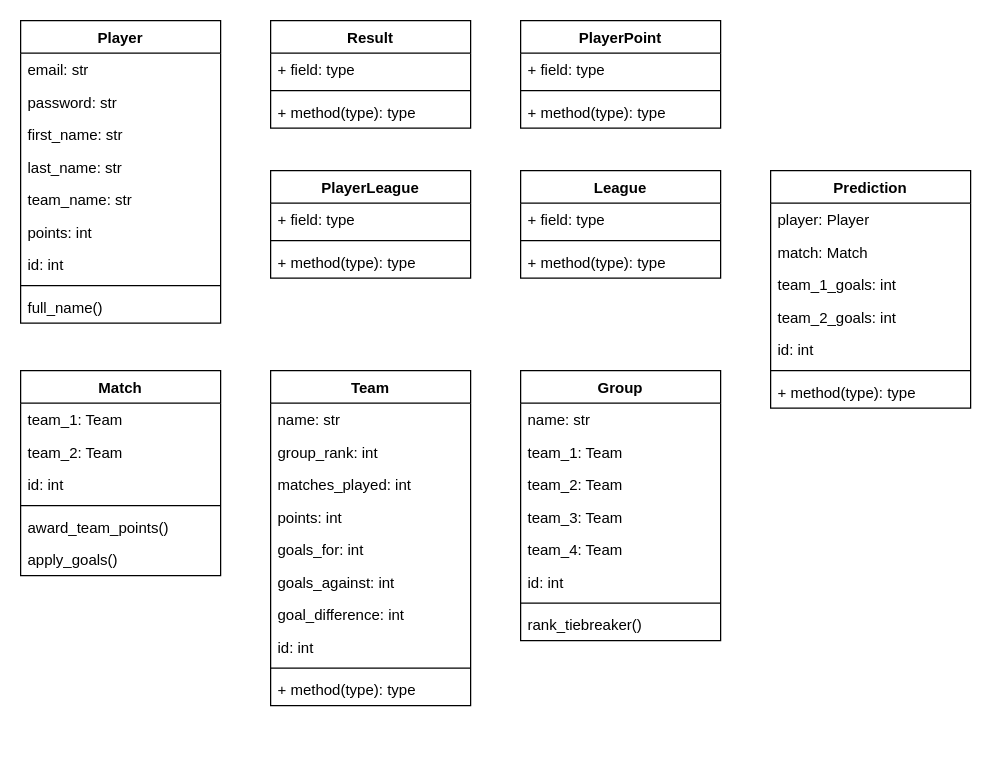
Stanhoucke/euros_predictor keeps this draw.io diagram as planning/class_diagram.drawio. Above is the earlier version. Source tidied: cells renumbered, new cells numbered last; positions are measured from the earlier drawing's top-left corner, leaving out a move shared by most shapes. Both pictures are drawn from the tidied source at 125%, with x=0, y=0 at pixel (20, 20).
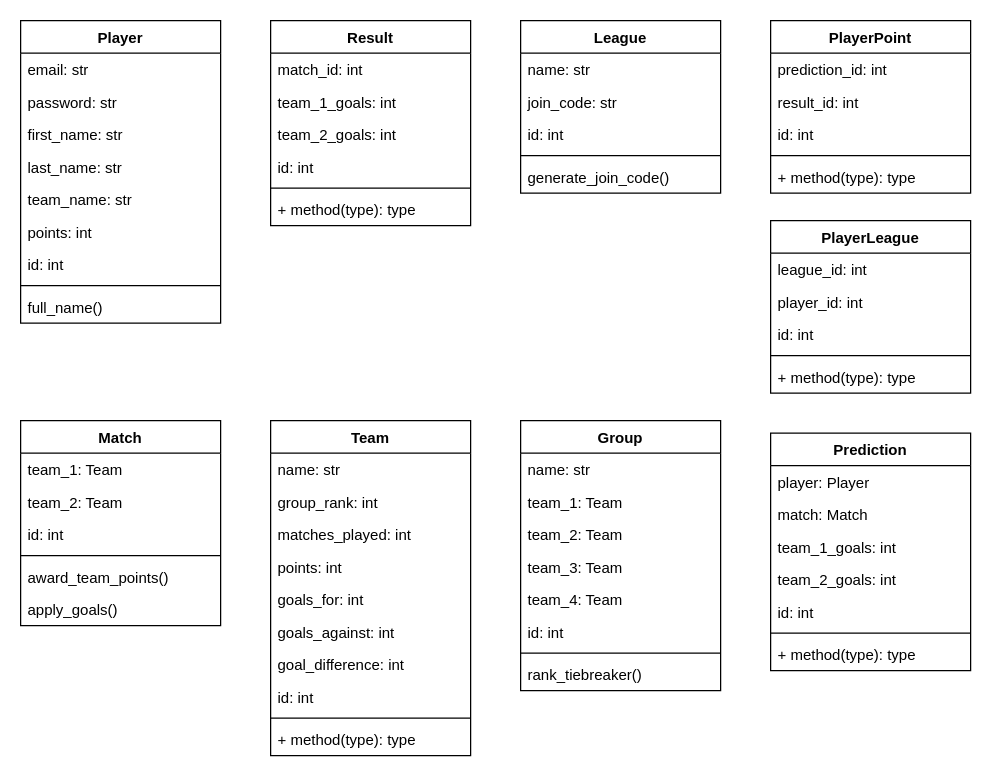
The same page after the edit.

Commit message:
populated class diagrams

Diff of the diagram source:
```diff
@@
     <mxCell id="12" value="Team" style="swimlane;fontStyle=1;align=center;verticalAlign=top;horizontal=1;startSize=26;" parent="1" vertex="1">
-      <mxGeometry x="200" y="280" width="160" height="268" as="geometry" />
+      <mxGeometry x="200" y="320" width="160" height="268" as="geometry" />
     </mxCell>
@@
     <mxCell id="23" value="Match" style="swimlane;fontStyle=1;align=center;verticalAlign=top;horizontal=1;startSize=26;" parent="1" vertex="1">
-      <mxGeometry y="280" width="160" height="164" as="geometry" />
+      <mxGeometry y="320" width="160" height="164" as="geometry" />
     </mxCell>
@@
     <mxCell id="30" value="PlayerLeague" style="swimlane;fontStyle=1;align=center;verticalAlign=top;horizontal=1;startSize=26;" parent="1" vertex="1">
-      <mxGeometry x="200" y="120" width="160" height="86" as="geometry" />
+      <mxGeometry x="600" y="160" width="160" height="138" as="geometry" />
     </mxCell>
-    <mxCell id="31" value="+ field: type" style="text;strokeColor=none;fillColor=none;align=left;verticalAlign=top;spacingLeft=4;spacingRight=4;overflow=hidden;" parent="30" vertex="1">
+    <mxCell id="31" value="league_id: int" style="text;strokeColor=none;fillColor=none;align=left;verticalAlign=top;spacingLeft=4;spacingRight=4;overflow=hidden;" parent="30" vertex="1">
       <mxGeometry y="26" width="160" height="26" as="geometry" />
     </mxCell>
+    <mxCell id="63" value="player_id: int" style="text;strokeColor=none;fillColor=none;align=left;verticalAlign=top;spacingLeft=4;spacingRight=4;overflow=hidden;" parent="30" vertex="1">
+      <mxGeometry y="52" width="160" height="26" as="geometry" />
+    </mxCell>
+    <mxCell id="64" value="id: int" style="text;strokeColor=none;fillColor=none;align=left;verticalAlign=top;spacingLeft=4;spacingRight=4;overflow=hidden;" parent="30" vertex="1">
+      <mxGeometry y="78" width="160" height="26" as="geometry" />
+    </mxCell>
     <mxCell id="32" style="line;strokeWidth=1;fillColor=none;align=left;verticalAlign=middle;spacingTop=-1;spacingLeft=3;spacingRight=3;labelPosition=right;" parent="30" vertex="1">
-      <mxGeometry y="52" width="160" height="8" as="geometry" />
+      <mxGeometry y="104" width="160" height="8" as="geometry" />
     </mxCell>
     <mxCell id="33" value="+ method(type): type" style="text;strokeColor=none;fillColor=none;align=left;verticalAlign=top;spacingLeft=4;spacingRight=4;overflow=hidden;" parent="30" vertex="1">
-      <mxGeometry y="60" width="160" height="26" as="geometry" />
+      <mxGeometry y="112" width="160" height="26" as="geometry" />
     </mxCell>
     <mxCell id="34" value="League" style="swimlane;fontStyle=1;align=center;verticalAlign=top;horizontal=1;startSize=26;" parent="1" vertex="1">
-      <mxGeometry x="400" y="120" width="160" height="86" as="geometry" />
+      <mxGeometry x="400" width="160" height="138" as="geometry" />
     </mxCell>
-    <mxCell id="35" value="+ field: type" style="text;strokeColor=none;fillColor=none;align=left;verticalAlign=top;spacingLeft=4;spacingRight=4;overflow=hidden;" parent="34" vertex="1">
+    <mxCell id="35" value="name: str" style="text;strokeColor=none;fillColor=none;align=left;verticalAlign=top;spacingLeft=4;spacingRight=4;overflow=hidden;" parent="34" vertex="1">
       <mxGeometry y="26" width="160" height="26" as="geometry" />
     </mxCell>
+    <mxCell id="65" value="join_code: str" style="text;strokeColor=none;fillColor=none;align=left;verticalAlign=top;spacingLeft=4;spacingRight=4;overflow=hidden;" parent="34" vertex="1">
+      <mxGeometry y="52" width="160" height="26" as="geometry" />
+    </mxCell>
+    <mxCell id="66" value="id: int" style="text;strokeColor=none;fillColor=none;align=left;verticalAlign=top;spacingLeft=4;spacingRight=4;overflow=hidden;" parent="34" vertex="1">
+      <mxGeometry y="78" width="160" height="26" as="geometry" />
+    </mxCell>
     <mxCell id="36" style="line;strokeWidth=1;fillColor=none;align=left;verticalAlign=middle;spacingTop=-1;spacingLeft=3;spacingRight=3;labelPosition=right;" parent="34" vertex="1">
-      <mxGeometry y="52" width="160" height="8" as="geometry" />
+      <mxGeometry y="104" width="160" height="8" as="geometry" />
     </mxCell>
-    <mxCell id="37" value="+ method(type): type" style="text;strokeColor=none;fillColor=none;align=left;verticalAlign=top;spacingLeft=4;spacingRight=4;overflow=hidden;" parent="34" vertex="1">
-      <mxGeometry y="60" width="160" height="26" as="geometry" />
+    <mxCell id="37" value="generate_join_code()" style="text;strokeColor=none;fillColor=none;align=left;verticalAlign=top;spacingLeft=4;spacingRight=4;overflow=hidden;" parent="34" vertex="1">
+      <mxGeometry y="112" width="160" height="26" as="geometry" />
     </mxCell>
     <mxCell id="38" value="Prediction" style="swimlane;fontStyle=1;align=center;verticalAlign=top;horizontal=1;startSize=26;" parent="1" vertex="1">
-      <mxGeometry x="600" y="120" width="160" height="190" as="geometry" />
+      <mxGeometry x="600" y="330" width="160" height="190" as="geometry" />
     </mxCell>
@@
     <mxCell id="46" value="Group" style="swimlane;fontStyle=1;align=center;verticalAlign=top;horizontal=1;startSize=26;" parent="1" vertex="1">
-      <mxGeometry x="400" y="280" width="160" height="216" as="geometry" />
+      <mxGeometry x="400" y="320" width="160" height="216" as="geometry" />
     </mxCell>
@@
     <mxCell id="55" value="Result" style="swimlane;fontStyle=1;align=center;verticalAlign=top;horizontal=1;startSize=26;" parent="1" vertex="1">
-      <mxGeometry x="200" width="160" height="86" as="geometry" />
+      <mxGeometry x="200" width="160" height="164" as="geometry" />
     </mxCell>
-    <mxCell id="56" value="+ field: type" style="text;strokeColor=none;fillColor=none;align=left;verticalAlign=top;spacingLeft=4;spacingRight=4;overflow=hidden;" parent="55" vertex="1">
+    <mxCell id="56" value="match_id: int" style="text;strokeColor=none;fillColor=none;align=left;verticalAlign=top;spacingLeft=4;spacingRight=4;overflow=hidden;" parent="55" vertex="1">
       <mxGeometry y="26" width="160" height="26" as="geometry" />
     </mxCell>
+    <mxCell id="67" value="team_1_goals: int" style="text;strokeColor=none;fillColor=none;align=left;verticalAlign=top;spacingLeft=4;spacingRight=4;overflow=hidden;" parent="55" vertex="1">
+      <mxGeometry y="52" width="160" height="26" as="geometry" />
+    </mxCell>
+    <mxCell id="68" value="team_2_goals: int" style="text;strokeColor=none;fillColor=none;align=left;verticalAlign=top;spacingLeft=4;spacingRight=4;overflow=hidden;" parent="55" vertex="1">
+      <mxGeometry y="78" width="160" height="26" as="geometry" />
+    </mxCell>
+    <mxCell id="69" value="id: int" style="text;strokeColor=none;fillColor=none;align=left;verticalAlign=top;spacingLeft=4;spacingRight=4;overflow=hidden;" parent="55" vertex="1">
+      <mxGeometry y="104" width="160" height="26" as="geometry" />
+    </mxCell>
     <mxCell id="57" style="line;strokeWidth=1;fillColor=none;align=left;verticalAlign=middle;spacingTop=-1;spacingLeft=3;spacingRight=3;labelPosition=right;" parent="55" vertex="1">
-      <mxGeometry y="52" width="160" height="8" as="geometry" />
+      <mxGeometry y="130" width="160" height="8" as="geometry" />
     </mxCell>
     <mxCell id="58" value="+ method(type): type" style="text;strokeColor=none;fillColor=none;align=left;verticalAlign=top;spacingLeft=4;spacingRight=4;overflow=hidden;" parent="55" vertex="1">
-      <mxGeometry y="60" width="160" height="26" as="geometry" />
+      <mxGeometry y="138" width="160" height="26" as="geometry" />
     </mxCell>
     <mxCell id="59" value="PlayerPoint" style="swimlane;fontStyle=1;align=center;verticalAlign=top;horizontal=1;startSize=26;" parent="1" vertex="1">
-      <mxGeometry x="400" width="160" height="86" as="geometry" />
+      <mxGeometry x="600" width="160" height="138" as="geometry" />
     </mxCell>
-    <mxCell id="60" value="+ field: type" style="text;strokeColor=none;fillColor=none;align=left;verticalAlign=top;spacingLeft=4;spacingRight=4;overflow=hidden;" parent="59" vertex="1">
+    <mxCell id="60" value="prediction_id: int" style="text;strokeColor=none;fillColor=none;align=left;verticalAlign=top;spacingLeft=4;spacingRight=4;overflow=hidden;" parent="59" vertex="1">
       <mxGeometry y="26" width="160" height="26" as="geometry" />
     </mxCell>
+    <mxCell id="70" value="result_id: int" style="text;strokeColor=none;fillColor=none;align=left;verticalAlign=top;spacingLeft=4;spacingRight=4;overflow=hidden;" parent="59" vertex="1">
+      <mxGeometry y="52" width="160" height="26" as="geometry" />
+    </mxCell>
+    <mxCell id="71" value="id: int" style="text;strokeColor=none;fillColor=none;align=left;verticalAlign=top;spacingLeft=4;spacingRight=4;overflow=hidden;" parent="59" vertex="1">
+      <mxGeometry y="78" width="160" height="26" as="geometry" />
+    </mxCell>
     <mxCell id="61" style="line;strokeWidth=1;fillColor=none;align=left;verticalAlign=middle;spacingTop=-1;spacingLeft=3;spacingRight=3;labelPosition=right;" parent="59" vertex="1">
-      <mxGeometry y="52" width="160" height="8" as="geometry" />
+      <mxGeometry y="104" width="160" height="8" as="geometry" />
     </mxCell>
     <mxCell id="62" value="+ method(type): type" style="text;strokeColor=none;fillColor=none;align=left;verticalAlign=top;spacingLeft=4;spacingRight=4;overflow=hidden;" parent="59" vertex="1">
-      <mxGeometry y="60" width="160" height="26" as="geometry" />
+      <mxGeometry y="112" width="160" height="26" as="geometry" />
     </mxCell>
```
